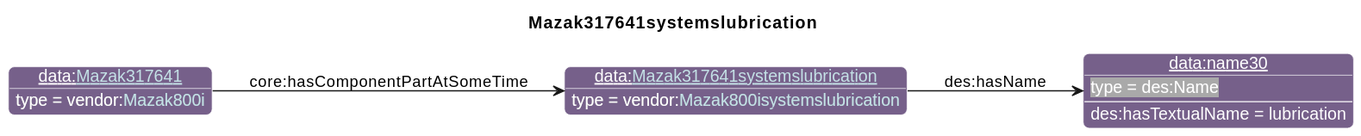
Before: diagrams/Mazak317641systemslubrication.svg, a diagram exported from PlantUML (iofoundry/example-syseng-mtconnect).
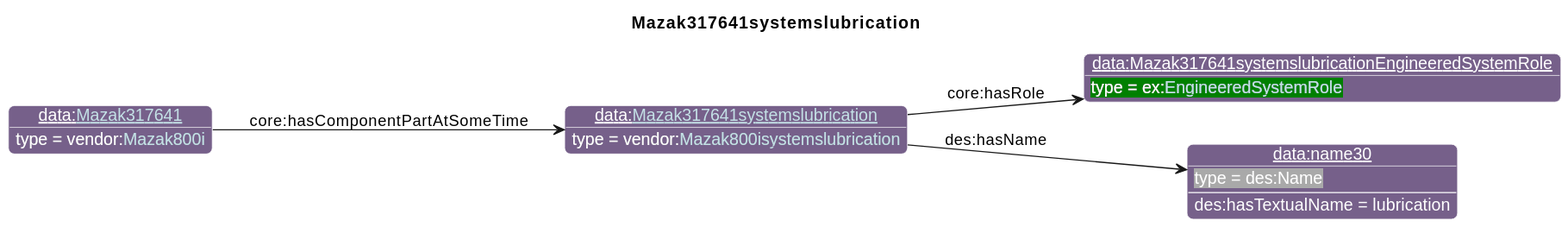
After the change.

Diff of the diagram source:
```diff
@@ -26,9 +26,11 @@
                       "qp":"641B2E"
       }
 individual(o0, data:[[./Mazak317641systemslubrication.html Mazak317641systemslubrication]], vendor:[[../Mazak.html#Mazak800isystemslubrication Mazak800isystemslubrication]])
-individual(o1, data:name30, des:Name)
-individual(o2, data:[[./Mazak317641.html Mazak317641]], vendor:[[../Mazak.html#Mazak800i Mazak800i]])
-property(o0, "des:hasName", o1)
-data(o1, "des:hasTextualName", "lubrication")
-property(o2, "core:hasComponentPartAtSomeTime", o0)
+individual(o1, data:Mazak317641systemslubricationEngineeredSystemRole, ex:[[../Example.html#EngineeredSystemRole EngineeredSystemRole]])
+individual(o2, data:name30, des:Name)
+individual(o3, data:[[./Mazak317641.html Mazak317641]], vendor:[[../Mazak.html#Mazak800i Mazak800i]])
+property(o0, "core:hasRole", o1)
+property(o0, "des:hasName", o2)
+data(o2, "des:hasTextualName", "lubrication")
+property(o3, "core:hasComponentPartAtSomeTime", o0)
 @enduml
```
